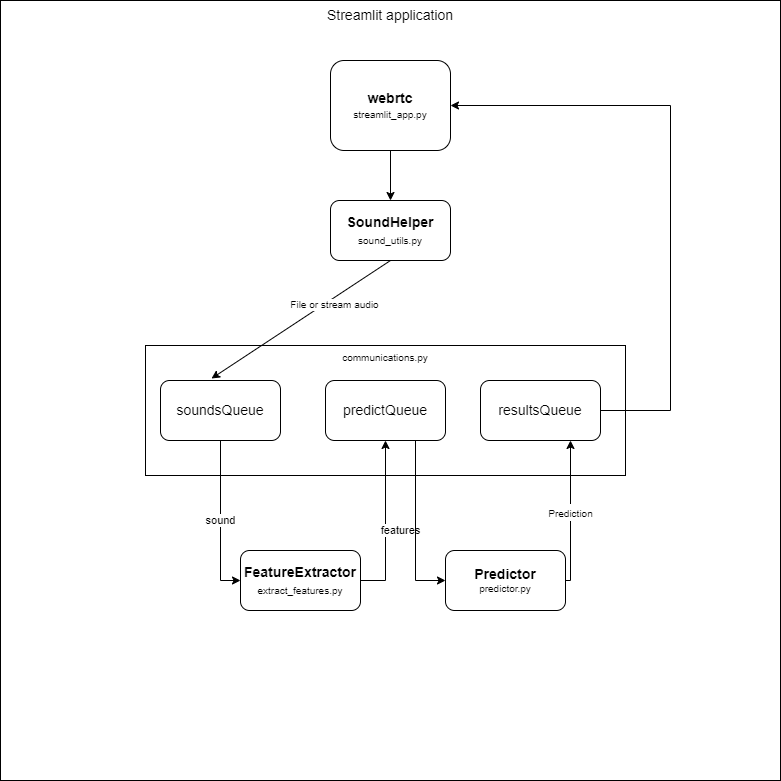
This is images/application_diagram.png from murielsan/CUSTOM, a draw.io export, as it was before one commit. Source tidied: cells renumbered, new cells last; positions are measured from the earlier drawing's top-left corner, leaving out a move shared by most shapes.
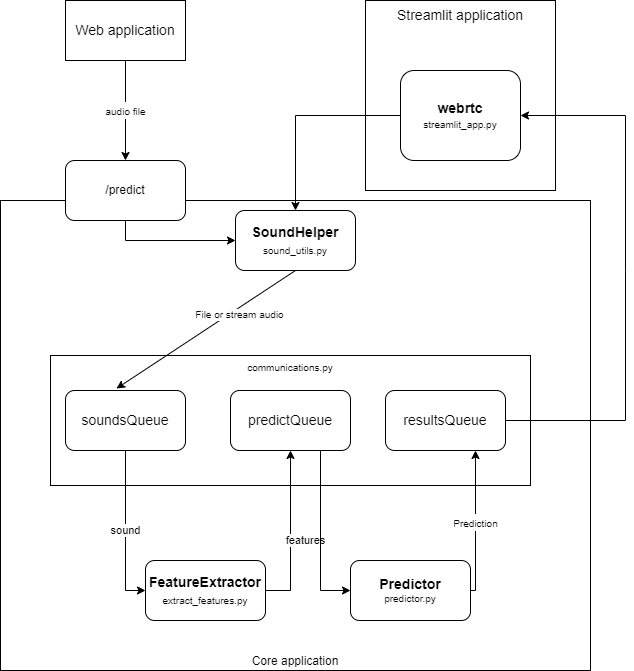
Above is the later version.

What changed in the source:
```diff
@@ -2,11 +2,14 @@
   <root>
     <mxCell id="0" />
     <mxCell id="1" parent="0" />
+    <mxCell id="19" value="Core application" style="rounded=0;whiteSpace=wrap;html=1;verticalAlign=bottom;" parent="1" vertex="1">
+      <mxGeometry x="95" y="190" width="590" height="470" as="geometry" />
+    </mxCell>
     <mxCell id="2" value="Streamlit application" style="whiteSpace=wrap;html=1;verticalAlign=top;fontSize=14;" parent="1" vertex="1">
-      <mxGeometry width="780" height="780" as="geometry" />
+      <mxGeometry x="460" y="-10" width="190" height="190" as="geometry" />
     </mxCell>
     <mxCell id="3" value="&lt;font style=&quot;&quot;&gt;&lt;b style=&quot;font-size: 14px;&quot;&gt;webrtc&lt;/b&gt;&lt;br&gt;&lt;font style=&quot;font-size: 10px;&quot;&gt;streamlit_app.py&lt;/font&gt;&lt;br&gt;&lt;/font&gt;" style="rounded=1;whiteSpace=wrap;html=1;" parent="1" vertex="1">
-      <mxGeometry x="330" y="60" width="120" height="90" as="geometry" />
+      <mxGeometry x="495" y="60" width="120" height="90" as="geometry" />
     </mxCell>
     <mxCell id="4" value="&lt;span style=&quot;&quot;&gt;&lt;b&gt;FeatureExtractor&lt;/b&gt;&lt;br&gt;&lt;font style=&quot;font-size: 10px;&quot;&gt;extract_features.py&lt;/font&gt;&lt;br&gt;&lt;/span&gt;" style="rounded=1;whiteSpace=wrap;html=1;fontSize=14;" parent="1" vertex="1">
       <mxGeometry x="240" y="550" width="120" height="60" as="geometry" />
@@ -17,8 +20,12 @@
     <mxCell id="6" value="&lt;b&gt;SoundHelper&lt;/b&gt;&lt;br&gt;&lt;font style=&quot;font-size: 10px;&quot;&gt;sound_utils.py&lt;/font&gt;" style="rounded=1;whiteSpace=wrap;html=1;fontSize=14;" parent="1" vertex="1">
       <mxGeometry x="330" y="200" width="120" height="60" as="geometry" />
     </mxCell>
-    <mxCell id="7" style="endArrow=classic;html=1;rounded=0;fontSize=10;exitX=0.5;exitY=1;exitDx=0;exitDy=0;entryX=0.5;entryY=0;entryDx=0;entryDy=0;" parent="1" edge="1" source="3" target="6">
-      <mxGeometry relative="1" as="geometry" />
+    <mxCell id="7" style="endArrow=classic;html=1;rounded=0;fontSize=10;exitX=0;exitY=0.5;exitDx=0;exitDy=0;entryX=0.5;entryY=0;entryDx=0;entryDy=0;" parent="1" edge="1" source="3" target="6">
+      <mxGeometry relative="1" as="geometry">
+        <Array as="points">
+          <mxPoint x="390" y="105" />
+        </Array>
+      </mxGeometry>
     </mxCell>
     <mxCell id="8" style="endArrow=classic;html=1;rounded=0;fontSize=10;exitX=0.5;exitY=1;exitDx=0;exitDy=0;entryX=0.425;entryY=-0.033;entryDx=0;entryDy=0;entryPerimeter=0;" parent="1" edge="1" source="6" target="10">
       <mxGeometry relative="1" as="geometry" />
@@ -45,8 +52,9 @@
     <mxCell id="14" style="endArrow=classic;html=1;rounded=0;fontSize=10;fontColor=default;exitX=1;exitY=0.5;exitDx=0;exitDy=0;entryX=1;entryY=0.5;entryDx=0;entryDy=0;" parent="1" edge="1" source="15" target="3">
       <mxGeometry relative="1" as="geometry">
         <Array as="points">
-          <mxPoint x="670" y="410" />
-          <mxPoint x="670" y="105" />
+          <mxPoint x="720" y="410" />
+          <mxPoint x="720" y="260" />
+          <mxPoint x="720" y="105" />
         </Array>
       </mxGeometry>
     </mxCell>
@@ -74,5 +82,24 @@
         </Array>
       </mxGeometry>
     </mxCell>
+    <mxCell id="20" style="edgeStyle=orthogonalEdgeStyle;rounded=0;orthogonalLoop=1;jettySize=auto;html=1;exitX=0.5;exitY=1;exitDx=0;exitDy=0;" parent="1" edge="1" source="2" target="2">
+      <mxGeometry relative="1" as="geometry" />
+    </mxCell>
+    <mxCell id="21" value="/predict" style="rounded=1;whiteSpace=wrap;html=1;" parent="1" vertex="1">
+      <mxGeometry x="160" y="150" width="120" height="60" as="geometry" />
+    </mxCell>
+    <mxCell id="22" style="endArrow=classic;html=1;rounded=0;exitX=0.5;exitY=1;exitDx=0;exitDy=0;entryX=0;entryY=0.5;entryDx=0;entryDy=0;" parent="1" edge="1" source="21" target="6">
+      <mxGeometry relative="1" as="geometry">
+        <Array as="points">
+          <mxPoint x="220" y="230" />
+        </Array>
+      </mxGeometry>
+    </mxCell>
+    <mxCell id="23" value="&lt;font style=&quot;font-size: 14px;&quot;&gt;Web application&lt;/font&gt;" style="rounded=0;whiteSpace=wrap;html=1;" parent="1" vertex="1">
+      <mxGeometry x="160" y="-10" width="120" height="60" as="geometry" />
+    </mxCell>
+    <mxCell id="24" value="&lt;font style=&quot;font-size: 10px;&quot;&gt;audio file&lt;/font&gt;" style="endArrow=classic;html=1;rounded=0;fontSize=14;exitX=0.5;exitY=1;exitDx=0;exitDy=0;" parent="1" edge="1" source="23" target="21">
+      <mxGeometry relative="1" as="geometry" />
+    </mxCell>
   </root>
 </mxGraphModel>
```
